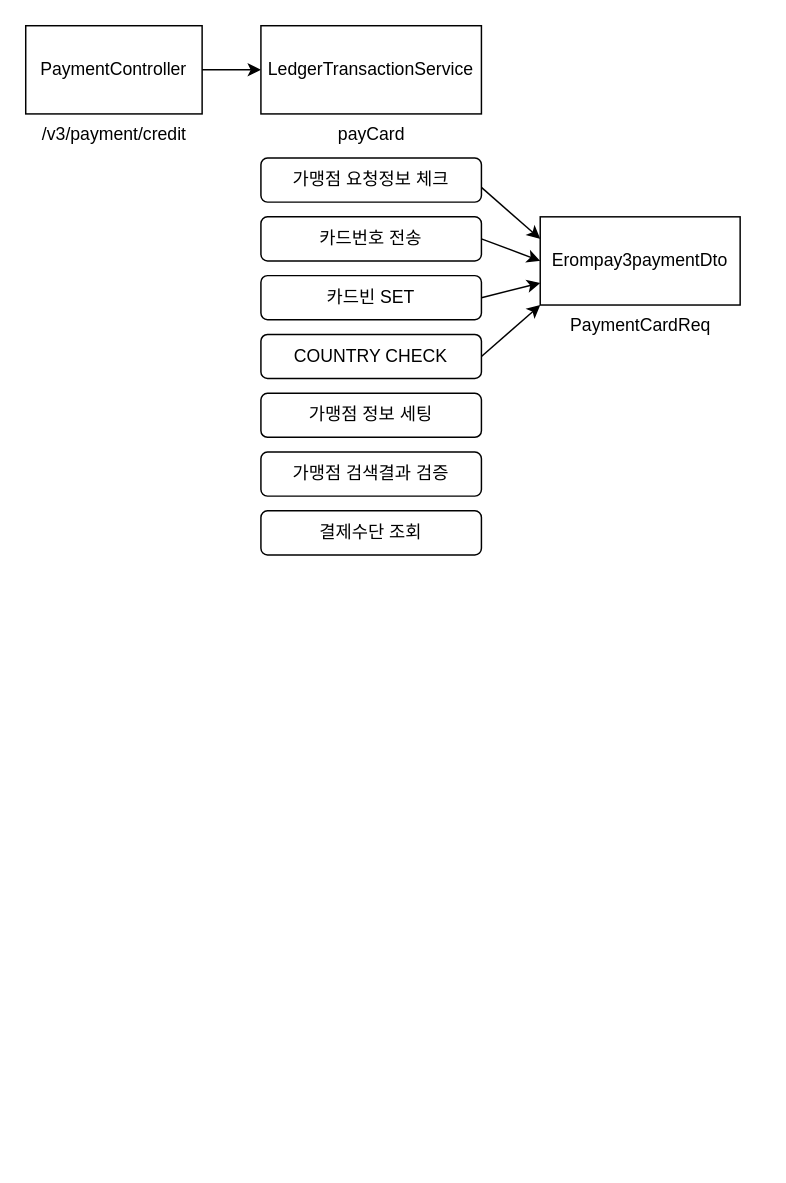
Earlier version of the draw.io diagram 제목 없는 다이어그램.drawio (wijoonwu/wijoonwu). Source tidied: cells renumbered, new cells numbered last; positions are measured from the earlier drawing's top-left corner, leaving out a move shared by most shapes. Both pictures are drawn from the tidied source at 147%, with x=0, y=0 at pixel (25, 25).
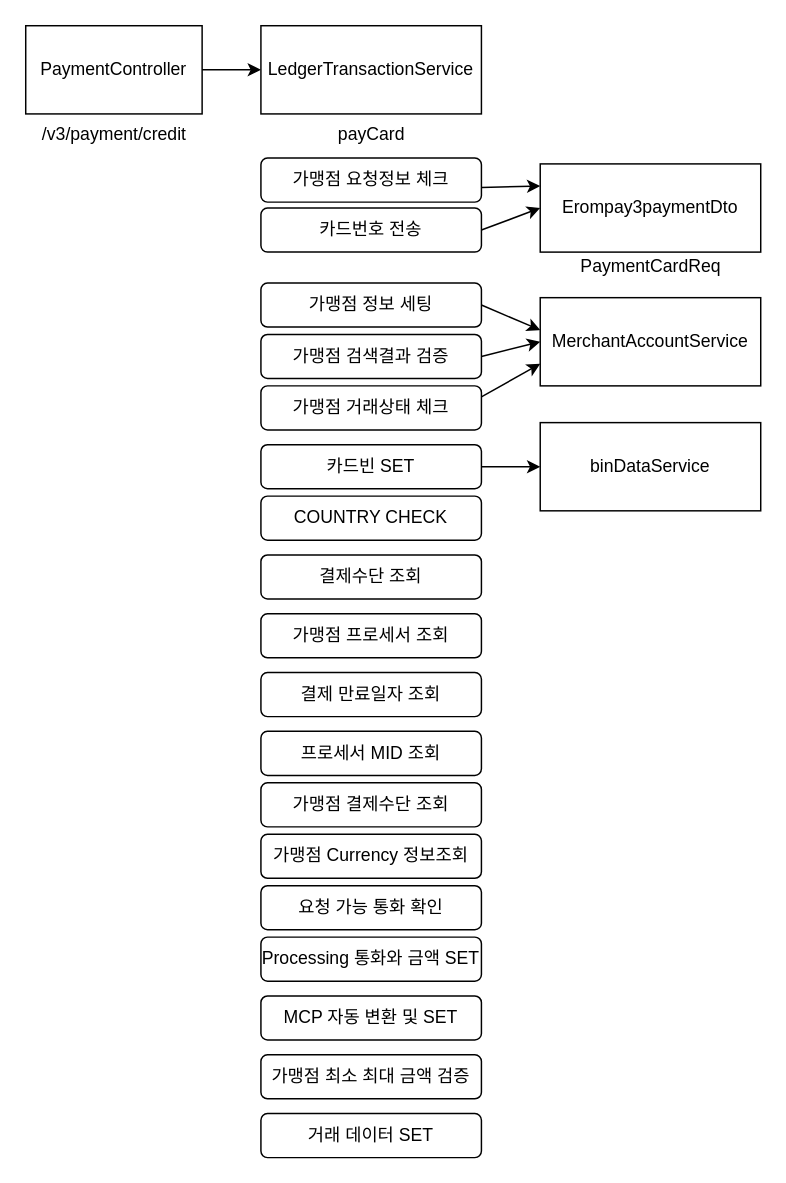
The same page after the edit.

Commit message (it also covers changes not shown here):
제목 없는 다이어그램.drawio 업데이트

What changed in the source:
```diff
@@
     <mxCell id="8" value="카드번호 전송" style="rounded=1;whiteSpace=wrap;html=1;fontSize=12;" parent="1" vertex="1">
-      <mxGeometry x="160" y="130" width="150" height="30" as="geometry" />
+      <mxGeometry x="160" y="124" width="150" height="30" as="geometry" />
     </mxCell>
+    <mxCell id="20" style="edgeStyle=orthogonalEdgeStyle;rounded=0;jettySize=auto;html=1;fontSize=12;" parent="1" edge="1" source="9" target="25">
+      <mxGeometry relative="1" as="geometry" />
+    </mxCell>
     <mxCell id="9" value="카드빈 SET" style="rounded=1;whiteSpace=wrap;html=1;fontSize=12;" parent="1" vertex="1">
-      <mxGeometry x="160" y="170" width="150" height="30" as="geometry" />
+      <mxGeometry x="160" y="285" width="150" height="30" as="geometry" />
     </mxCell>
     <mxCell id="10" value="COUNTRY CHECK" style="rounded=1;whiteSpace=wrap;html=1;fontSize=12;" parent="1" vertex="1">
-      <mxGeometry x="160" y="210" width="150" height="30" as="geometry" />
+      <mxGeometry x="160" y="320" width="150" height="30" as="geometry" />
     </mxCell>
     <mxCell id="11" value="Erompay3paymentDto" style="rounded=0;whiteSpace=wrap;html=1;fontSize=12;" parent="1" vertex="1">
-      <mxGeometry x="350" y="130" width="136" height="60" as="geometry" />
+      <mxGeometry x="350" y="94" width="150" height="60" as="geometry" />
     </mxCell>
@@
-    <mxCell id="13" style="endArrow=classic;html=1;rounded=0;fontSize=12;exitX=1;exitY=0.5;exitDx=0;exitDy=0;entryX=0;entryY=1;entryDx=0;entryDy=0;" parent="1" edge="1" source="10" target="11">
-      <mxGeometry relative="1" as="geometry" />
-    </mxCell>
-    <mxCell id="14" style="endArrow=classic;html=1;rounded=0;fontSize=12;exitX=1;exitY=0.5;exitDx=0;exitDy=0;entryX=0;entryY=0.75;entryDx=0;entryDy=0;" parent="1" edge="1" source="9" target="11">
-      <mxGeometry relative="1" as="geometry" />
-    </mxCell>
@@
     <mxCell id="16" value="&lt;span style=&quot;font-weight: normal;&quot;&gt;&lt;font style=&quot;font-size: 12px;&quot;&gt;PaymentCardReq&lt;/font&gt;&lt;/span&gt;" style="text;strokeColor=none;fillColor=none;html=1;fontSize=24;fontStyle=1;verticalAlign=middle;align=center;" parent="1" vertex="1">
-      <mxGeometry x="368" y="180" width="100" height="40" as="geometry" />
+      <mxGeometry x="375" y="140" width="100" height="40" as="geometry" />
     </mxCell>
     <mxCell id="17" value="가맹점 정보 세팅" style="rounded=1;whiteSpace=wrap;html=1;fontSize=12;" parent="1" vertex="1">
-      <mxGeometry x="160" y="250" width="150" height="30" as="geometry" />
+      <mxGeometry x="160" y="175" width="150" height="30" as="geometry" />
     </mxCell>
     <mxCell id="18" value="가맹점 검색결과 검증" style="rounded=1;whiteSpace=wrap;html=1;fontSize=12;" parent="1" vertex="1">
-      <mxGeometry x="160" y="290" width="150" height="30" as="geometry" />
+      <mxGeometry x="160" y="210" width="150" height="30" as="geometry" />
     </mxCell>
-    <mxCell id="19" value="결제수단 조회" style="rounded=1;whiteSpace=wrap;html=1;fontSize=12;" parent="1" vertex="1">
-      <mxGeometry x="160" y="330" width="150" height="30" as="geometry" />
+    <mxCell id="19" value="가맹점 거래상태 체크" style="rounded=1;whiteSpace=wrap;html=1;fontSize=12;" parent="1" vertex="1">
+      <mxGeometry x="160" y="245" width="150" height="30" as="geometry" />
     </mxCell>
+    <mxCell id="21" value="MerchantAccountService" style="rounded=0;whiteSpace=wrap;html=1;fontSize=12;" parent="1" vertex="1">
+      <mxGeometry x="350" y="185" width="150" height="60" as="geometry" />
+    </mxCell>
+    <mxCell id="22" style="endArrow=classic;html=1;rounded=0;fontSize=12;exitX=1;exitY=0.5;exitDx=0;exitDy=0;entryX=0;entryY=0.367;entryDx=0;entryDy=0;entryPerimeter=0;" parent="1" edge="1" source="17" target="21">
+      <mxGeometry relative="1" as="geometry" />
+    </mxCell>
+    <mxCell id="23" style="endArrow=classic;html=1;rounded=0;fontSize=12;exitX=1;exitY=0.5;exitDx=0;exitDy=0;entryX=0;entryY=0.5;entryDx=0;entryDy=0;" parent="1" edge="1" source="18" target="21">
+      <mxGeometry relative="1" as="geometry" />
+    </mxCell>
+    <mxCell id="24" style="endArrow=classic;html=1;rounded=0;fontSize=12;exitX=1;exitY=0.25;exitDx=0;exitDy=0;entryX=0;entryY=0.75;entryDx=0;entryDy=0;" parent="1" edge="1" source="19" target="21">
+      <mxGeometry relative="1" as="geometry" />
+    </mxCell>
+    <mxCell id="25" value="binDataService" style="whiteSpace=wrap;html=1;fontSize=12;" parent="1" vertex="1">
+      <mxGeometry x="350" y="270" width="150" height="60" as="geometry" />
+    </mxCell>
+    <mxCell id="26" value="결제수단 조회" style="rounded=1;whiteSpace=wrap;html=1;fontSize=12;" parent="1" vertex="1">
+      <mxGeometry x="160" y="360" width="150" height="30" as="geometry" />
+    </mxCell>
+    <mxCell id="27" value="가맹점 프로세서 조회" style="rounded=1;whiteSpace=wrap;html=1;fontSize=12;" parent="1" vertex="1">
+      <mxGeometry x="160" y="400" width="150" height="30" as="geometry" />
+    </mxCell>
+    <mxCell id="28" value="결제 만료일자 조회" style="rounded=1;whiteSpace=wrap;html=1;fontSize=12;" parent="1" vertex="1">
+      <mxGeometry x="160" y="440" width="150" height="30" as="geometry" />
+    </mxCell>
+    <mxCell id="29" value="프로세서 MID 조회" style="rounded=1;whiteSpace=wrap;html=1;fontSize=12;" parent="1" vertex="1">
+      <mxGeometry x="160" y="480" width="150" height="30" as="geometry" />
+    </mxCell>
+    <mxCell id="30" value="가맹점 결제수단 조회" style="rounded=1;whiteSpace=wrap;html=1;fontSize=12;" parent="1" vertex="1">
+      <mxGeometry x="160" y="515" width="150" height="30" as="geometry" />
+    </mxCell>
+    <mxCell id="31" value="가맹점 Currency 정보조회" style="rounded=1;whiteSpace=wrap;html=1;fontSize=12;" parent="1" vertex="1">
+      <mxGeometry x="160" y="550" width="150" height="30" as="geometry" />
+    </mxCell>
+    <mxCell id="32" value="요청 가능 통화 확인" style="rounded=1;whiteSpace=wrap;html=1;fontSize=12;" parent="1" vertex="1">
+      <mxGeometry x="160" y="585" width="150" height="30" as="geometry" />
+    </mxCell>
+    <mxCell id="33" value="Processing 통화와 금액 SET" style="rounded=1;whiteSpace=wrap;html=1;fontSize=12;" parent="1" vertex="1">
+      <mxGeometry x="160" y="620" width="150" height="30" as="geometry" />
+    </mxCell>
+    <mxCell id="34" value="MCP 자동 변환 및 SET" style="rounded=1;whiteSpace=wrap;html=1;fontSize=12;" parent="1" vertex="1">
+      <mxGeometry x="160" y="660" width="150" height="30" as="geometry" />
+    </mxCell>
+    <mxCell id="35" value="가맹점 최소 최대 금액 검증" style="rounded=1;whiteSpace=wrap;html=1;fontSize=12;" parent="1" vertex="1">
+      <mxGeometry x="160" y="700" width="150" height="30" as="geometry" />
+    </mxCell>
+    <mxCell id="36" value="거래 데이터 SET" style="rounded=1;whiteSpace=wrap;html=1;fontSize=12;" parent="1" vertex="1">
+      <mxGeometry x="160" y="740" width="150" height="30" as="geometry" />
+    </mxCell>
```
